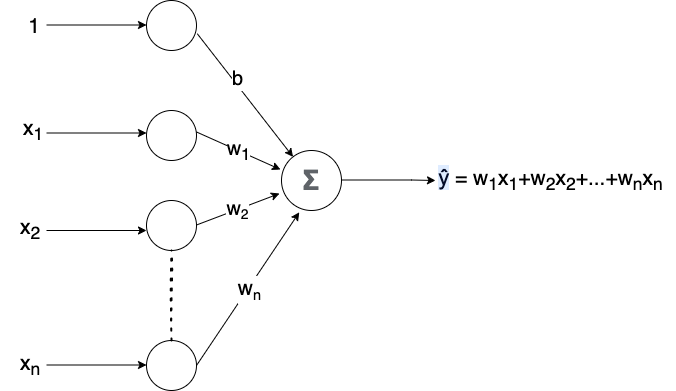
This is images/NNLinReg.drawio.png from AashitaK/datasets, a draw.io export, as it was before one commit. Source tidied: cells renumbered, new cells last; positions are measured from the earlier drawing's top-left corner, leaving out a move shared by most shapes. Its diagram source:
```xml
<mxGraphModel>
  <root>
    <mxCell id="0" />
    <mxCell id="1" parent="0" />
    <mxCell id="2" style="ellipse;whiteSpace=wrap;html=1;" parent="1" vertex="1">
      <mxGeometry x="146" width="50" height="50" as="geometry" />
    </mxCell>
    <mxCell id="3" style="ellipse;whiteSpace=wrap;html=1;" parent="1" vertex="1">
      <mxGeometry x="146" y="200" width="50" height="50" as="geometry" />
    </mxCell>
    <mxCell id="4" style="ellipse;whiteSpace=wrap;html=1;" parent="1" vertex="1">
      <mxGeometry x="146" y="110" width="50" height="50" as="geometry" />
    </mxCell>
    <mxCell id="5" value="&lt;span style=&quot;font-weight: bold; color: rgb(95, 99, 104); font-family: Roboto, arial, sans-serif; text-align: left; background-color: rgb(255, 255, 255);&quot;&gt;&lt;font style=&quot;font-size: 28px;&quot;&gt;Σ&lt;/font&gt;&lt;/span&gt;" style="ellipse;whiteSpace=wrap;html=1;" parent="1" vertex="1">
      <mxGeometry x="281" y="150" width="60" height="60" as="geometry" />
    </mxCell>
    <mxCell id="6" style="endArrow=classic;html=1;rounded=0;fontSize=20;" parent="1" edge="1">
      <mxGeometry x="-0.02" y="3" relative="1" as="geometry">
        <mxPoint x="46" y="132.5" as="sourcePoint" />
        <mxPoint x="146" y="132.5" as="targetPoint" />
        <mxPoint y="1" as="offset" />
      </mxGeometry>
    </mxCell>
    <mxCell id="7" style="endArrow=classic;html=1;rounded=0;fontSize=20;" parent="1" edge="1">
      <mxGeometry relative="1" as="geometry">
        <mxPoint x="46" y="24.5" as="sourcePoint" />
        <mxPoint x="146" y="24.5" as="targetPoint" />
      </mxGeometry>
    </mxCell>
    <mxCell id="8" style="endArrow=classic;html=1;rounded=0;fontSize=20;" parent="1" edge="1">
      <mxGeometry relative="1" as="geometry">
        <mxPoint x="46" y="230" as="sourcePoint" />
        <mxPoint x="146" y="230" as="targetPoint" />
      </mxGeometry>
    </mxCell>
    <mxCell id="9" value="w&lt;span style=&quot;font-size: 16.6667px;&quot;&gt;&lt;sub&gt;2&lt;/sub&gt;&lt;/span&gt;" style="endArrow=classic;html=1;rounded=0;fontSize=20;entryX=-0.033;entryY=0.717;entryDx=0;entryDy=0;entryPerimeter=0;" parent="1" edge="1" target="5">
      <mxGeometry relative="1" as="geometry">
        <mxPoint x="196" y="224.5" as="sourcePoint" />
      </mxGeometry>
    </mxCell>
    <mxCell id="10" value="w&lt;sub&gt;1&lt;/sub&gt;" style="endArrow=classic;html=1;rounded=0;fontSize=20;entryX=-0.017;entryY=0.317;entryDx=0;entryDy=0;entryPerimeter=0;" parent="1" edge="1" target="5">
      <mxGeometry relative="1" as="geometry">
        <mxPoint x="196" y="131.5" as="sourcePoint" />
      </mxGeometry>
    </mxCell>
    <mxCell id="11" style="endArrow=classic;html=1;rounded=0;fontSize=15;exitX=1.016;exitY=0.665;exitDx=0;exitDy=0;exitPerimeter=0;" parent="1" edge="1" source="2" target="5">
      <mxGeometry relative="1" as="geometry" />
    </mxCell>
    <mxCell id="12" value="&lt;span style=&quot;font-size: 20px;&quot;&gt;b&lt;/span&gt;" style="edgeLabel;html=1;align=center;verticalAlign=middle;fontSize=15;" parent="11" vertex="1">
      <mxGeometry relative="1" as="geometry">
        <mxPoint x="-8" y="-17" as="offset" />
      </mxGeometry>
    </mxCell>
    <mxCell id="13" style="endArrow=classic;html=1;rounded=0;fontSize=15;" parent="1" edge="1">
      <mxGeometry relative="1" as="geometry">
        <mxPoint x="341" y="179.5" as="sourcePoint" />
        <mxPoint x="435" y="180" as="targetPoint" />
        <Array as="points">
          <mxPoint x="411" y="179.5" />
        </Array>
      </mxGeometry>
    </mxCell>
    <mxCell id="14" value="x&lt;sub&gt;1&lt;/sub&gt;" style="text;html=1;strokeColor=none;fillColor=none;align=center;verticalAlign=middle;whiteSpace=wrap;rounded=0;fontSize=21;" parent="1" vertex="1">
      <mxGeometry x="3" y="120" width="60" height="20" as="geometry" />
    </mxCell>
    <mxCell id="15" value="x&lt;sub&gt;2&lt;/sub&gt;" style="text;html=1;strokeColor=none;fillColor=none;align=center;verticalAlign=middle;whiteSpace=wrap;rounded=0;fontSize=21;" parent="1" vertex="1">
      <mxGeometry y="219" width="60" height="20" as="geometry" />
    </mxCell>
    <mxCell id="16" value="1" style="text;html=1;strokeColor=none;fillColor=none;align=center;verticalAlign=middle;whiteSpace=wrap;rounded=0;fontSize=21;" parent="1" vertex="1">
      <mxGeometry x="4" y="16" width="60" height="20" as="geometry" />
    </mxCell>
    <mxCell id="17" style="ellipse;whiteSpace=wrap;html=1;" parent="1" vertex="1">
      <mxGeometry x="146" y="340" width="50" height="50" as="geometry" />
    </mxCell>
    <mxCell id="18" style="endArrow=classic;html=1;rounded=0;fontSize=20;" parent="1" edge="1">
      <mxGeometry relative="1" as="geometry">
        <mxPoint x="46" y="364.5" as="sourcePoint" />
        <mxPoint x="146" y="364.5" as="targetPoint" />
      </mxGeometry>
    </mxCell>
    <mxCell id="19" value="x&lt;sub&gt;n&lt;/sub&gt;" style="text;html=1;strokeColor=none;fillColor=none;align=center;verticalAlign=middle;whiteSpace=wrap;rounded=0;fontSize=21;" parent="1" vertex="1">
      <mxGeometry y="355" width="60" height="20" as="geometry" />
    </mxCell>
    <mxCell id="20" style="endArrow=classic;html=1;rounded=0;fontSize=21;exitX=1;exitY=0.5;exitDx=0;exitDy=0;entryX=0.296;entryY=1.03;entryDx=0;entryDy=0;entryPerimeter=0;" parent="1" edge="1" source="17" target="5">
      <mxGeometry relative="1" as="geometry" />
    </mxCell>
    <mxCell id="21" value="w&lt;span style=&quot;font-size: 17.5px;&quot;&gt;&lt;sub&gt;n&lt;/sub&gt;&lt;/span&gt;" style="edgeLabel;html=1;align=center;verticalAlign=middle;fontSize=21;" parent="20" vertex="1">
      <mxGeometry x="0.01" y="-1" relative="1" as="geometry" />
    </mxCell>
    <mxCell id="22" style="endArrow=none;html=1;strokeWidth=2;rounded=0;fontSize=21;exitX=0.5;exitY=0;exitDx=0;exitDy=0;entryX=0.5;entryY=1;entryDx=0;entryDy=0;shadow=0;sketch=1;jumpSize=8;dashed=1;dashPattern=1 4;" parent="1" edge="1" source="17" target="3">
      <mxGeometry relative="1" as="geometry" />
    </mxCell>
    <mxCell id="23" value="&lt;span style=&quot;background-color: rgba(80, 151, 255, 0.18); color: rgb(4, 12, 40); font-family: &amp;quot;Google Sans&amp;quot;, Roboto, arial, sans-serif; font-size: 22px; text-align: left;&quot;&gt;ŷ&lt;/span&gt;&amp;nbsp;= w&lt;sub&gt;1&lt;/sub&gt;x&lt;sub&gt;1&lt;/sub&gt;+w&lt;sub&gt;2&lt;/sub&gt;x&lt;sub&gt;2&lt;/sub&gt;+...+w&lt;sub&gt;n&lt;/sub&gt;x&lt;sub&gt;n&lt;/sub&gt;" style="text;html=1;align=center;verticalAlign=middle;points=[];strokeColor=none;fillColor=none;fontSize=21;" parent="1" vertex="1">
      <mxGeometry x="425" y="160" width="250" height="40" as="geometry" />
    </mxCell>
  </root>
</mxGraphModel>
```
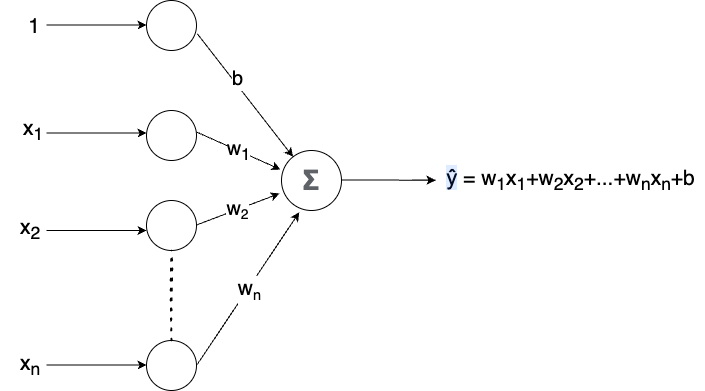
The same file after the commit.

Change to the diagram source:
```diff
@@ -51,9 +51,8 @@
         <mxPoint x="-8" y="-17" as="offset" />
       </mxGeometry>
     </mxCell>
-    <mxCell id="13" style="endArrow=classic;html=1;rounded=0;fontSize=15;" parent="1" edge="1">
+    <mxCell id="13" style="endArrow=classic;html=1;rounded=0;fontSize=15;" parent="1" edge="1" source="23">
       <mxGeometry relative="1" as="geometry">
-        <mxPoint x="341" y="179.5" as="sourcePoint" />
         <mxPoint x="435" y="180" as="targetPoint" />
         <Array as="points">
           <mxPoint x="411" y="179.5" />
@@ -90,8 +89,13 @@
     <mxCell id="22" style="endArrow=none;html=1;strokeWidth=2;rounded=0;fontSize=21;exitX=0.5;exitY=0;exitDx=0;exitDy=0;entryX=0.5;entryY=1;entryDx=0;entryDy=0;shadow=0;sketch=1;jumpSize=8;dashed=1;dashPattern=1 4;" parent="1" edge="1" source="17" target="3">
       <mxGeometry relative="1" as="geometry" />
     </mxCell>
+    <mxCell id="24" style="endArrow=classic;html=1;rounded=0;fontSize=15;" parent="1" edge="1" target="23">
+      <mxGeometry relative="1" as="geometry">
+        <mxPoint x="341" y="179.5" as="sourcePoint" />
+      </mxGeometry>
+    </mxCell>
-    <mxCell id="23" value="&lt;span style=&quot;background-color: rgba(80, 151, 255, 0.18); color: rgb(4, 12, 40); font-family: &amp;quot;Google Sans&amp;quot;, Roboto, arial, sans-serif; font-size: 22px; text-align: left;&quot;&gt;ŷ&lt;/span&gt;&amp;nbsp;= w&lt;sub&gt;1&lt;/sub&gt;x&lt;sub&gt;1&lt;/sub&gt;+w&lt;sub&gt;2&lt;/sub&gt;x&lt;sub&gt;2&lt;/sub&gt;+...+w&lt;sub&gt;n&lt;/sub&gt;x&lt;sub&gt;n&lt;/sub&gt;" style="text;html=1;align=center;verticalAlign=middle;points=[];strokeColor=none;fillColor=none;fontSize=21;" parent="1" vertex="1">
-      <mxGeometry x="425" y="160" width="250" height="40" as="geometry" />
+    <mxCell id="23" value="&lt;span style=&quot;background-color: rgba(80, 151, 255, 0.18); color: rgb(4, 12, 40); font-family: &amp;quot;Google Sans&amp;quot;, Roboto, arial, sans-serif; font-size: 22px; text-align: left;&quot;&gt;ŷ&lt;/span&gt;&amp;nbsp;= w&lt;sub&gt;1&lt;/sub&gt;x&lt;sub&gt;1&lt;/sub&gt;+w&lt;sub&gt;2&lt;/sub&gt;x&lt;sub&gt;2&lt;/sub&gt;+...+w&lt;sub&gt;n&lt;/sub&gt;x&lt;sub&gt;n&lt;/sub&gt;+b" style="text;html=1;align=center;verticalAlign=middle;points=[];strokeColor=none;fillColor=none;fontSize=21;" parent="1" vertex="1">
+      <mxGeometry x="435" y="160" width="270" height="40" as="geometry" />
     </mxCell>
   </root>
 </mxGraphModel>
```
